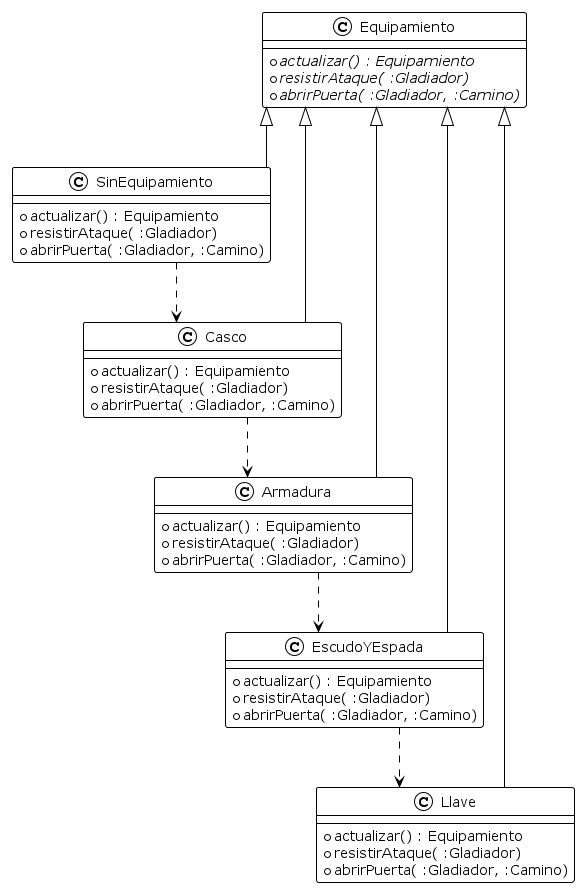
Earlier version of the PlantUML export diagrams/classes/clase_equipamiento.png (lautiland/TP2-ALGO3-ALGOROMA).
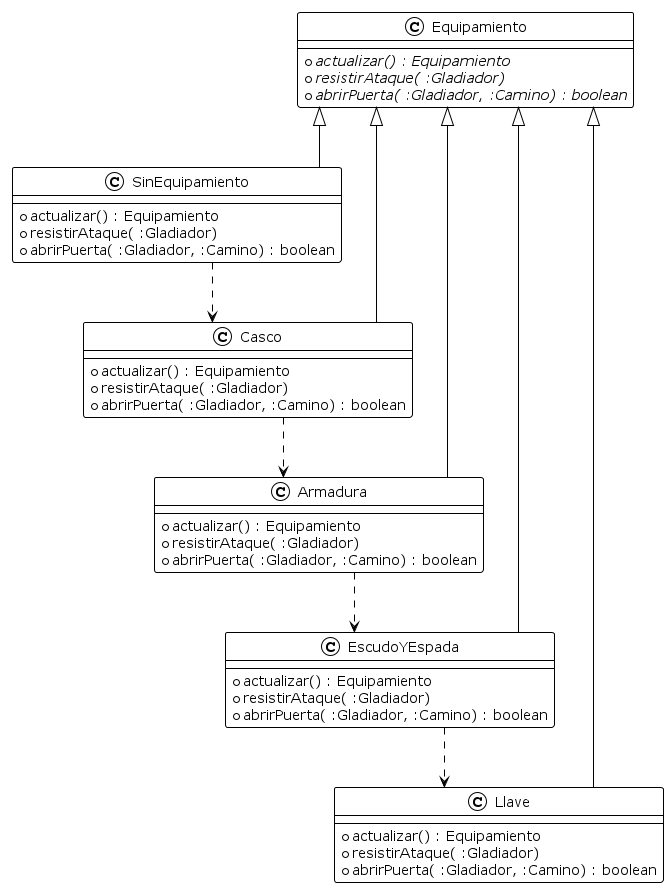
After the change.

Commit message:
limpieza/orden de archivos y actualización/creación de diagramas

The edit, as a diff of the source:
```diff
@@ -17,37 +17,37 @@
 Class Equipamiento{
     + {abstract} actualizar() : Equipamiento
     + {abstract} resistirAtaque( :Gladiador)
-    + {abstract} abrirPuerta( :Gladiador, :Camino)
+    + {abstract} abrirPuerta( :Gladiador, :Camino) : boolean
 }
 
 class SinEquipamiento{
     + actualizar() : Equipamiento
     + resistirAtaque( :Gladiador)
-    + abrirPuerta( :Gladiador, :Camino)
+    + abrirPuerta( :Gladiador, :Camino) : boolean
 }
 
 class Casco{
     + actualizar() : Equipamiento
     + resistirAtaque( :Gladiador)
-    + abrirPuerta( :Gladiador, :Camino)
+    + abrirPuerta( :Gladiador, :Camino) : boolean
 }
 
 class Armadura{
     + actualizar() : Equipamiento
     + resistirAtaque( :Gladiador)
-    + abrirPuerta( :Gladiador, :Camino)
+    + abrirPuerta( :Gladiador, :Camino) : boolean
 }
 
 class EscudoYEspada{
     + actualizar() : Equipamiento
     + resistirAtaque( :Gladiador)
-    + abrirPuerta( :Gladiador, :Camino)
+    + abrirPuerta( :Gladiador, :Camino) : boolean
 }
 
 class Llave {
     + actualizar() : Equipamiento
     + resistirAtaque( :Gladiador)
-    + abrirPuerta( :Gladiador, :Camino)
+    + abrirPuerta( :Gladiador, :Camino) : boolean
 }
 
 
```
